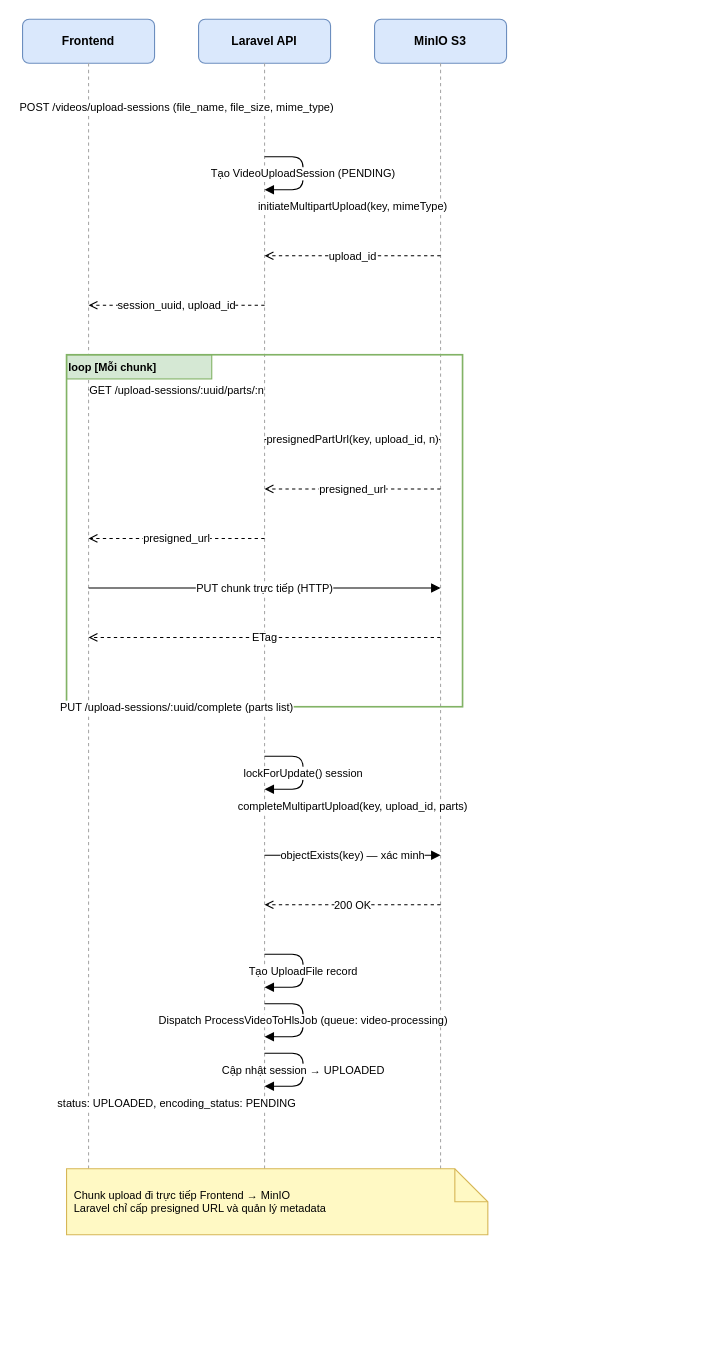
Dangtruong-DUT/Tiktok-Clone-FE-nexjs keeps this draw.io diagram as output/SD-03a_Upload_Multipart.drawio. Above is the earlier version. Source tidied: cells renumbered, new cells numbered last; positions are measured from the earlier drawing's top-left corner, leaving out a move shared by most shapes. Both pictures are drawn from the tidied source at 110%, with x=0, y=0 at pixel (22, 19).
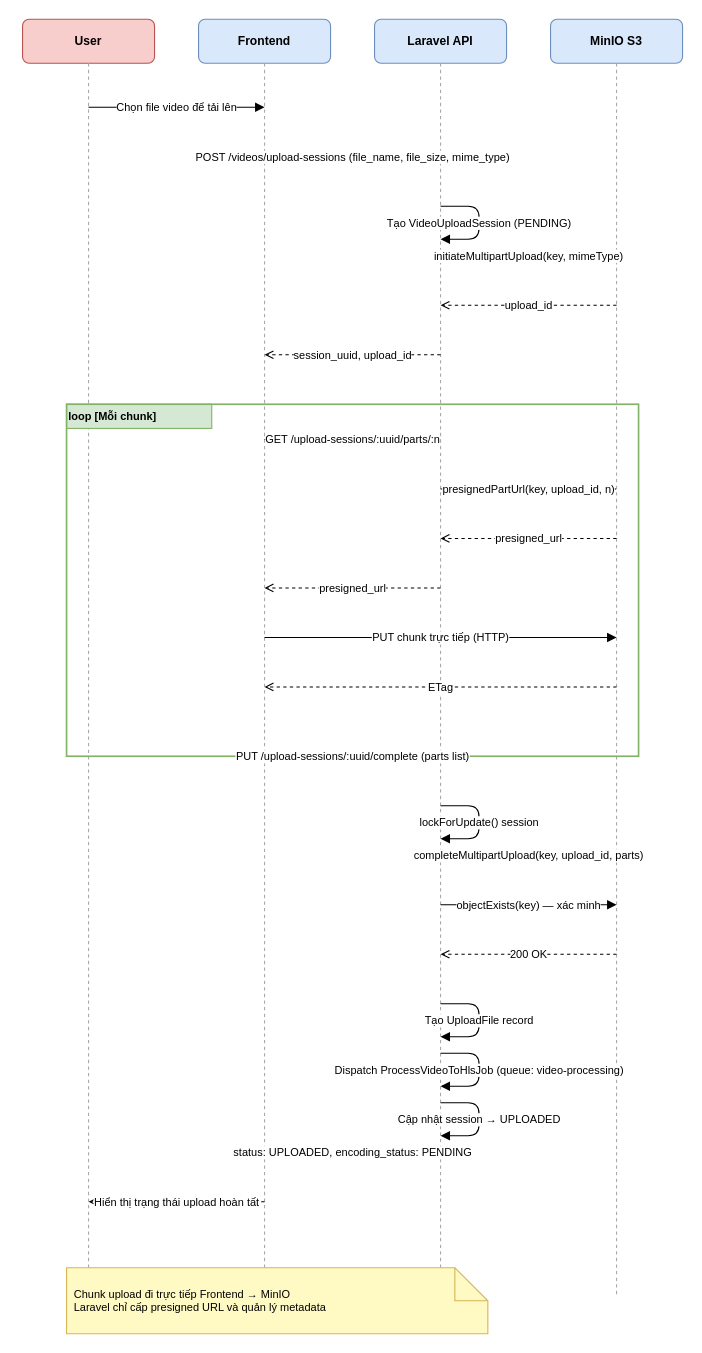
Above is the later version.

What changed in the source:
```diff
@@
-    <mxCell id="2" value="Frontend" style="rounded=1;whiteSpace=wrap;html=1;fillColor=#dae8fc;strokeColor=#6c8ebf;fontStyle=1;fontSize=11;" parent="1" vertex="1">
+    <mxCell id="2" value="User" style="rounded=1;whiteSpace=wrap;html=1;fillColor=#f8cecc;strokeColor=#b85450;fontStyle=1;fontSize=11;" parent="1" vertex="1">
       <mxGeometry width="120" height="40" as="geometry" />
     </mxCell>
-    <mxCell id="3" value="Laravel API" style="rounded=1;whiteSpace=wrap;html=1;fillColor=#dae8fc;strokeColor=#6c8ebf;fontStyle=1;fontSize=11;" parent="1" vertex="1">
+    <mxCell id="3" value="Frontend" style="rounded=1;whiteSpace=wrap;html=1;fillColor=#dae8fc;strokeColor=#6c8ebf;fontStyle=1;fontSize=11;" parent="1" vertex="1">
       <mxGeometry x="160" width="120" height="40" as="geometry" />
     </mxCell>
-    <mxCell id="4" value="MinIO S3" style="rounded=1;whiteSpace=wrap;html=1;fillColor=#dae8fc;strokeColor=#6c8ebf;fontStyle=1;fontSize=11;" parent="1" vertex="1">
+    <mxCell id="4" value="Laravel API" style="rounded=1;whiteSpace=wrap;html=1;fillColor=#dae8fc;strokeColor=#6c8ebf;fontStyle=1;fontSize=11;" parent="1" vertex="1">
       <mxGeometry x="320" width="120" height="40" as="geometry" />
     </mxCell>
-    <mxCell id="5" style="endArrow=none;html=1;dashed=1;strokeColor=#aaaaaa;" parent="1" edge="1">
-      <mxGeometry relative="1" as="geometry">
-        <mxPoint x="60" y="40" as="sourcePoint" />
-        <mxPoint x="60" y="1070" as="targetPoint" />
-      </mxGeometry>
-    </mxCell>
-    <mxCell id="6" style="endArrow=none;html=1;dashed=1;strokeColor=#aaaaaa;" parent="1" edge="1">
-      <mxGeometry relative="1" as="geometry">
-        <mxPoint x="220" y="40" as="sourcePoint" />
-        <mxPoint x="220" y="1070" as="targetPoint" />
-      </mxGeometry>
-    </mxCell>
-    <mxCell id="7" style="endArrow=none;html=1;dashed=1;strokeColor=#aaaaaa;" parent="1" edge="1">
-      <mxGeometry relative="1" as="geometry">
-        <mxPoint x="380" y="40" as="sourcePoint" />
-        <mxPoint x="380" y="1070" as="targetPoint" />
-      </mxGeometry>
-    </mxCell>
-    <mxCell id="8" value="loop [Mỗi chunk]" style="text;html=1;align=left;verticalAlign=middle;fontStyle=1;fontSize=10;fillColor=#d5e8d4;strokeColor=#82b366;" parent="1" vertex="1">
-      <mxGeometry x="40" y="305" width="132" height="22" as="geometry" />
-    </mxCell>
-    <mxCell id="9" style="rounded=0;html=1;strokeColor=#82b366;fillColor=none;strokeWidth=1.5;" parent="1" vertex="1">
-      <mxGeometry x="40" y="305" width="360" height="320" as="geometry" />
-    </mxCell>
-    <mxCell id="10" value="POST /videos/upload-sessions (file_name, file_size, mime_type)" style="endArrow=block;endFill=1;html=1;fontSize=10;" parent="1" edge="1">
-      <mxGeometry relative="1" as="geometry">
-        <mxPoint x="60" y="80" as="sourcePoint" />
-        <mxPoint x="220" y="80" as="targetPoint" />
-      </mxGeometry>
+    <mxCell id="10" value="MinIO S3" style="rounded=1;whiteSpace=wrap;html=1;fillColor=#dae8fc;strokeColor=#6c8ebf;fontStyle=1;fontSize=11;" parent="1" vertex="1">
+      <mxGeometry x="480" width="120" height="40" as="geometry" />
     </mxCell>
+    <mxCell id="30" style="endArrow=none;html=1;dashed=1;strokeColor=#aaaaaa;" parent="1" edge="1">
+      <mxGeometry relative="1" as="geometry">
+        <mxPoint x="60" y="40" as="sourcePoint" />
+        <mxPoint x="60" y="1160" as="targetPoint" />
+      </mxGeometry>
+    </mxCell>
+    <mxCell id="31" style="endArrow=none;html=1;dashed=1;strokeColor=#aaaaaa;" parent="1" edge="1">
+      <mxGeometry relative="1" as="geometry">
+        <mxPoint x="220" y="40" as="sourcePoint" />
+        <mxPoint x="220" y="1160" as="targetPoint" />
+      </mxGeometry>
+    </mxCell>
+    <mxCell id="32" style="endArrow=none;html=1;dashed=1;strokeColor=#aaaaaa;" parent="1" edge="1">
+      <mxGeometry relative="1" as="geometry">
+        <mxPoint x="380" y="40" as="sourcePoint" />
+        <mxPoint x="380" y="1160" as="targetPoint" />
+      </mxGeometry>
+    </mxCell>
+    <mxCell id="33" style="endArrow=none;html=1;dashed=1;strokeColor=#aaaaaa;" parent="1" edge="1">
+      <mxGeometry relative="1" as="geometry">
+        <mxPoint x="540" y="40" as="sourcePoint" />
+        <mxPoint x="540" y="1160" as="targetPoint" />
+      </mxGeometry>
+    </mxCell>
+    <mxCell id="16" value="loop [Mỗi chunk]" style="text;html=1;align=left;verticalAlign=middle;fontStyle=1;fontSize=10;fillColor=#d5e8d4;strokeColor=#82b366;" parent="1" vertex="1">
+      <mxGeometry x="40" y="350" width="132" height="22" as="geometry" />
+    </mxCell>
+    <mxCell id="22" style="rounded=0;html=1;strokeColor=#82b366;fillColor=none;strokeWidth=1.5;" parent="1" vertex="1">
+      <mxGeometry x="40" y="350" width="520" height="320" as="geometry" />
+    </mxCell>
-    <mxCell id="11" value="Tạo VideoUploadSession (PENDING)" style="endArrow=block;endFill=1;html=1;fontSize=10;" parent="1" edge="1">
+    <mxCell id="11" value="Chọn file video để tải lên" style="endArrow=block;endFill=1;html=1;fontSize=10;" parent="1" edge="1">
       <mxGeometry relative="1" as="geometry">
-        <mxPoint x="220" y="125" as="sourcePoint" />
-        <mxPoint x="220" y="155" as="targetPoint" />
-        <Array as="points">
-          <mxPoint x="255" y="125" />
-          <mxPoint x="255" y="155" />
-        </Array>
+        <mxPoint x="60" y="80" as="sourcePoint" />
+        <mxPoint x="220" y="80" as="targetPoint" />
       </mxGeometry>
     </mxCell>
-    <mxCell id="12" value="initiateMultipartUpload(key, mimeType)" style="endArrow=block;endFill=1;html=1;fontSize=10;" parent="1" edge="1">
+    <mxCell id="12" value="POST /videos/upload-sessions (file_name, file_size, mime_type)" style="endArrow=block;endFill=1;html=1;fontSize=10;" parent="1" edge="1">
       <mxGeometry relative="1" as="geometry">
-        <mxPoint x="220" y="170" as="sourcePoint" />
-        <mxPoint x="380" y="170" as="targetPoint" />
+        <mxPoint x="220" y="125" as="sourcePoint" />
+        <mxPoint x="380" y="125" as="targetPoint" />
       </mxGeometry>
     </mxCell>
-    <mxCell id="13" value="upload_id" style="endArrow=open;endFill=0;dashed=1;html=1;fontSize=10;" parent="1" edge="1">
+    <mxCell id="13" value="Tạo VideoUploadSession (PENDING)" style="endArrow=block;endFill=1;html=1;fontSize=10;" parent="1" edge="1">
       <mxGeometry relative="1" as="geometry">
-        <mxPoint x="380" y="215" as="sourcePoint" />
-        <mxPoint x="220" y="215" as="targetPoint" />
+        <mxPoint x="380" y="170" as="sourcePoint" />
+        <mxPoint x="380" y="200" as="targetPoint" />
+        <Array as="points">
+          <mxPoint x="415" y="170" />
+          <mxPoint x="415" y="200" />
+        </Array>
       </mxGeometry>
     </mxCell>
-    <mxCell id="14" value="session_uuid, upload_id" style="endArrow=open;endFill=0;dashed=1;html=1;fontSize=10;" parent="1" edge="1">
+    <mxCell id="14" value="initiateMultipartUpload(key, mimeType)" style="endArrow=block;endFill=1;html=1;fontSize=10;" parent="1" edge="1">
       <mxGeometry relative="1" as="geometry">
-        <mxPoint x="220" y="260" as="sourcePoint" />
-        <mxPoint x="60" y="260" as="targetPoint" />
+        <mxPoint x="380" y="215" as="sourcePoint" />
+        <mxPoint x="540" y="215" as="targetPoint" />
       </mxGeometry>
     </mxCell>
+    <mxCell id="8" value="upload_id" style="endArrow=open;endFill=0;dashed=1;html=1;fontSize=10;" parent="1" edge="1">
+      <mxGeometry relative="1" as="geometry">
+        <mxPoint x="540" y="260" as="sourcePoint" />
+        <mxPoint x="380" y="260" as="targetPoint" />
+      </mxGeometry>
+    </mxCell>
-    <mxCell id="15" value="GET /upload-sessions/:uuid/parts/:n" style="endArrow=block;endFill=1;html=1;fontSize=10;" parent="1" edge="1">
+    <mxCell id="15" value="session_uuid, upload_id" style="endArrow=open;endFill=0;dashed=1;html=1;fontSize=10;" parent="1" edge="1">
       <mxGeometry relative="1" as="geometry">
-        <mxPoint x="60" y="337" as="sourcePoint" />
-        <mxPoint x="220" y="337" as="targetPoint" />
+        <mxPoint x="380" y="305" as="sourcePoint" />
+        <mxPoint x="220" y="305" as="targetPoint" />
       </mxGeometry>
     </mxCell>
-    <mxCell id="16" value="presignedPartUrl(key, upload_id, n)" style="endArrow=block;endFill=1;html=1;fontSize=10;" parent="1" edge="1">
-      <mxGeometry relative="1" as="geometry">
-        <mxPoint x="220" y="382" as="sourcePoint" />
-        <mxPoint x="380" y="382" as="targetPoint" />
-      </mxGeometry>
-    </mxCell>
-    <mxCell id="17" value="presigned_url" style="endArrow=open;endFill=0;dashed=1;html=1;fontSize=10;" parent="1" edge="1">
+    <mxCell id="17" value="GET /upload-sessions/:uuid/parts/:n" style="endArrow=block;endFill=1;html=1;fontSize=10;" parent="1" edge="1">
       <mxGeometry relative="1" as="geometry">
-        <mxPoint x="380" y="427" as="sourcePoint" />
-        <mxPoint x="220" y="427" as="targetPoint" />
+        <mxPoint x="220" y="382" as="sourcePoint" />
+        <mxPoint x="380" y="382" as="targetPoint" />
       </mxGeometry>
     </mxCell>
-    <mxCell id="18" value="presigned_url" style="endArrow=open;endFill=0;dashed=1;html=1;fontSize=10;" parent="1" edge="1">
+    <mxCell id="18" value="presignedPartUrl(key, upload_id, n)" style="endArrow=block;endFill=1;html=1;fontSize=10;" parent="1" edge="1">
       <mxGeometry relative="1" as="geometry">
-        <mxPoint x="220" y="472" as="sourcePoint" />
-        <mxPoint x="60" y="472" as="targetPoint" />
+        <mxPoint x="380" y="427" as="sourcePoint" />
+        <mxPoint x="540" y="427" as="targetPoint" />
       </mxGeometry>
     </mxCell>
-    <mxCell id="19" value="PUT chunk trực tiếp (HTTP)" style="endArrow=block;endFill=1;html=1;fontSize=10;" parent="1" edge="1">
+    <mxCell id="19" value="presigned_url" style="endArrow=open;endFill=0;dashed=1;html=1;fontSize=10;" parent="1" edge="1">
       <mxGeometry relative="1" as="geometry">
-        <mxPoint x="60" y="517" as="sourcePoint" />
-        <mxPoint x="380" y="517" as="targetPoint" />
+        <mxPoint x="540" y="472" as="sourcePoint" />
+        <mxPoint x="380" y="472" as="targetPoint" />
       </mxGeometry>
     </mxCell>
-    <mxCell id="20" value="ETag" style="endArrow=open;endFill=0;dashed=1;html=1;fontSize=10;" parent="1" edge="1">
+    <mxCell id="20" value="presigned_url" style="endArrow=open;endFill=0;dashed=1;html=1;fontSize=10;" parent="1" edge="1">
       <mxGeometry relative="1" as="geometry">
-        <mxPoint x="380" y="562" as="sourcePoint" />
-        <mxPoint x="60" y="562" as="targetPoint" />
+        <mxPoint x="380" y="517" as="sourcePoint" />
+        <mxPoint x="220" y="517" as="targetPoint" />
       </mxGeometry>
     </mxCell>
+    <mxCell id="9" value="PUT chunk trực tiếp (HTTP)" style="endArrow=block;endFill=1;html=1;fontSize=10;" parent="1" edge="1">
+      <mxGeometry relative="1" as="geometry">
+        <mxPoint x="220" y="562" as="sourcePoint" />
+        <mxPoint x="540" y="562" as="targetPoint" />
+      </mxGeometry>
+    </mxCell>
-    <mxCell id="21" value="PUT /upload-sessions/:uuid/complete (parts list)" style="endArrow=block;endFill=1;html=1;fontSize=10;" parent="1" edge="1">
+    <mxCell id="21" value="ETag" style="endArrow=open;endFill=0;dashed=1;html=1;fontSize=10;" parent="1" edge="1">
       <mxGeometry relative="1" as="geometry">
-        <mxPoint x="60" y="625" as="sourcePoint" />
-        <mxPoint x="220" y="625" as="targetPoint" />
+        <mxPoint x="540" y="607" as="sourcePoint" />
+        <mxPoint x="220" y="607" as="targetPoint" />
       </mxGeometry>
     </mxCell>
-    <mxCell id="22" value="lockForUpdate() session" style="endArrow=block;endFill=1;html=1;fontSize=10;" parent="1" edge="1">
-      <mxGeometry relative="1" as="geometry">
-        <mxPoint x="220" y="670" as="sourcePoint" />
-        <mxPoint x="220" y="700" as="targetPoint" />
-        <Array as="points">
-          <mxPoint x="255" y="670" />
-          <mxPoint x="255" y="700" />
-        </Array>
-      </mxGeometry>
-    </mxCell>
-    <mxCell id="23" value="completeMultipartUpload(key, upload_id, parts)" style="endArrow=block;endFill=1;html=1;fontSize=10;" parent="1" edge="1">
+    <mxCell id="23" value="PUT /upload-sessions/:uuid/complete (parts list)" style="endArrow=block;endFill=1;html=1;fontSize=10;" parent="1" edge="1">
       <mxGeometry relative="1" as="geometry">
-        <mxPoint x="220" y="715" as="sourcePoint" />
-        <mxPoint x="380" y="715" as="targetPoint" />
+        <mxPoint x="220" y="670" as="sourcePoint" />
+        <mxPoint x="380" y="670" as="targetPoint" />
       </mxGeometry>
     </mxCell>
-    <mxCell id="24" value="objectExists(key) — xác minh" style="endArrow=block;endFill=1;html=1;fontSize=10;" parent="1" edge="1">
+    <mxCell id="24" value="lockForUpdate() session" style="endArrow=block;endFill=1;html=1;fontSize=10;" parent="1" edge="1">
       <mxGeometry relative="1" as="geometry">
-        <mxPoint x="220" y="760" as="sourcePoint" />
-        <mxPoint x="380" y="760" as="targetPoint" />
+        <mxPoint x="380" y="715" as="sourcePoint" />
+        <mxPoint x="380" y="745" as="targetPoint" />
+        <Array as="points">
+          <mxPoint x="415" y="715" />
+          <mxPoint x="415" y="745" />
+        </Array>
       </mxGeometry>
     </mxCell>
-    <mxCell id="25" value="200 OK" style="endArrow=open;endFill=0;dashed=1;html=1;fontSize=10;" parent="1" edge="1">
+    <mxCell id="25" value="completeMultipartUpload(key, upload_id, parts)" style="endArrow=block;endFill=1;html=1;fontSize=10;" parent="1" edge="1">
       <mxGeometry relative="1" as="geometry">
-        <mxPoint x="380" y="805" as="sourcePoint" />
-        <mxPoint x="220" y="805" as="targetPoint" />
+        <mxPoint x="380" y="760" as="sourcePoint" />
+        <mxPoint x="540" y="760" as="targetPoint" />
       </mxGeometry>
     </mxCell>
-    <mxCell id="26" value="Tạo UploadFile record" style="endArrow=block;endFill=1;html=1;fontSize=10;" parent="1" edge="1">
+    <mxCell id="26" value="objectExists(key) — xác minh" style="endArrow=block;endFill=1;html=1;fontSize=10;" parent="1" edge="1">
       <mxGeometry relative="1" as="geometry">
-        <mxPoint x="220" y="850" as="sourcePoint" />
-        <mxPoint x="220" y="880" as="targetPoint" />
-        <Array as="points">
-          <mxPoint x="255" y="850" />
-          <mxPoint x="255" y="880" />
-        </Array>
+        <mxPoint x="380" y="805" as="sourcePoint" />
+        <mxPoint x="540" y="805" as="targetPoint" />
       </mxGeometry>
     </mxCell>
-    <mxCell id="27" value="Dispatch ProcessVideoToHlsJob (queue: video-processing)" style="endArrow=block;endFill=1;html=1;fontSize=10;" parent="1" edge="1">
+    <mxCell id="27" value="200 OK" style="endArrow=open;endFill=0;dashed=1;html=1;fontSize=10;" parent="1" edge="1">
       <mxGeometry relative="1" as="geometry">
-        <mxPoint x="220" y="895" as="sourcePoint" />
-        <mxPoint x="220" y="925" as="targetPoint" />
-        <Array as="points">
-          <mxPoint x="255" y="895" />
-          <mxPoint x="255" y="925" />
-        </Array>
+        <mxPoint x="540" y="850" as="sourcePoint" />
+        <mxPoint x="380" y="850" as="targetPoint" />
       </mxGeometry>
     </mxCell>
-    <mxCell id="28" value="Cập nhật session → UPLOADED" style="endArrow=block;endFill=1;html=1;fontSize=10;" parent="1" edge="1">
+    <mxCell id="28" value="Tạo UploadFile record" style="endArrow=block;endFill=1;html=1;fontSize=10;" parent="1" edge="1">
       <mxGeometry relative="1" as="geometry">
-        <mxPoint x="220" y="940" as="sourcePoint" />
-        <mxPoint x="220" y="970" as="targetPoint" />
+        <mxPoint x="380" y="895" as="sourcePoint" />
+        <mxPoint x="380" y="925" as="targetPoint" />
         <Array as="points">
-          <mxPoint x="255" y="940" />
-          <mxPoint x="255" y="970" />
+          <mxPoint x="415" y="895" />
+          <mxPoint x="415" y="925" />
         </Array>
       </mxGeometry>
     </mxCell>
-    <mxCell id="29" value="status: UPLOADED, encoding_status: PENDING" style="endArrow=open;endFill=0;dashed=1;html=1;fontSize=10;" parent="1" edge="1">
+    <mxCell id="29" value="Dispatch ProcessVideoToHlsJob (queue: video-processing)" style="endArrow=block;endFill=1;html=1;fontSize=10;" parent="1" edge="1">
       <mxGeometry relative="1" as="geometry">
-        <mxPoint x="220" y="985" as="sourcePoint" />
-        <mxPoint x="60" y="985" as="targetPoint" />
+        <mxPoint x="380" y="940" as="sourcePoint" />
+        <mxPoint x="380" y="970" as="targetPoint" />
+        <Array as="points">
+          <mxPoint x="415" y="940" />
+          <mxPoint x="415" y="970" />
+        </Array>
       </mxGeometry>
     </mxCell>
-    <mxCell id="30" value="Chunk upload đi trực tiếp Frontend → MinIO&#10;Laravel chỉ cấp presigned URL và quản lý metadata" style="shape=note;whiteSpace=wrap;html=1;backgroundOutline=1;fillColor=#fff9c4;strokeColor=#d6b656;fontSize=10;align=left;spacingLeft=5;" parent="1" vertex="1">
-      <mxGeometry x="40" y="1045" width="383" height="60" as="geometry" />
-    </mxCell>
+    <mxCell id="5" value="Cập nhật session → UPLOADED" style="endArrow=block;endFill=1;html=1;fontSize=10;" parent="1" edge="1">
+      <mxGeometry relative="1" as="geometry">
+        <mxPoint x="380" y="985" as="sourcePoint" />
+        <mxPoint x="380" y="1015" as="targetPoint" />
+        <Array as="points">
+          <mxPoint x="415" y="985" />
+          <mxPoint x="415" y="1015" />
+        </Array>
+      </mxGeometry>
+    </mxCell>
+    <mxCell id="6" value="status: UPLOADED, encoding_status: PENDING" style="endArrow=open;endFill=0;dashed=1;html=1;fontSize=10;" parent="1" edge="1">
+      <mxGeometry relative="1" as="geometry">
+        <mxPoint x="380" y="1030" as="sourcePoint" />
+        <mxPoint x="220" y="1030" as="targetPoint" />
+      </mxGeometry>
+    </mxCell>
+    <mxCell id="7" value="Hiển thị trạng thái upload hoàn tất" style="endArrow=open;endFill=0;dashed=1;html=1;fontSize=10;" parent="1" edge="1">
+      <mxGeometry relative="1" as="geometry">
+        <mxPoint x="220" y="1075" as="sourcePoint" />
+        <mxPoint x="60" y="1075" as="targetPoint" />
+      </mxGeometry>
+    </mxCell>
+    <mxCell id="34" value="Chunk upload đi trực tiếp Frontend → MinIO&#10;Laravel chỉ cấp presigned URL và quản lý metadata" style="shape=note;whiteSpace=wrap;html=1;backgroundOutline=1;fillColor=#fff9c4;strokeColor=#d6b656;fontSize=10;align=left;spacingLeft=5;" parent="1" vertex="1">
+      <mxGeometry x="40" y="1135" width="383" height="60" as="geometry" />
+    </mxCell>
```
